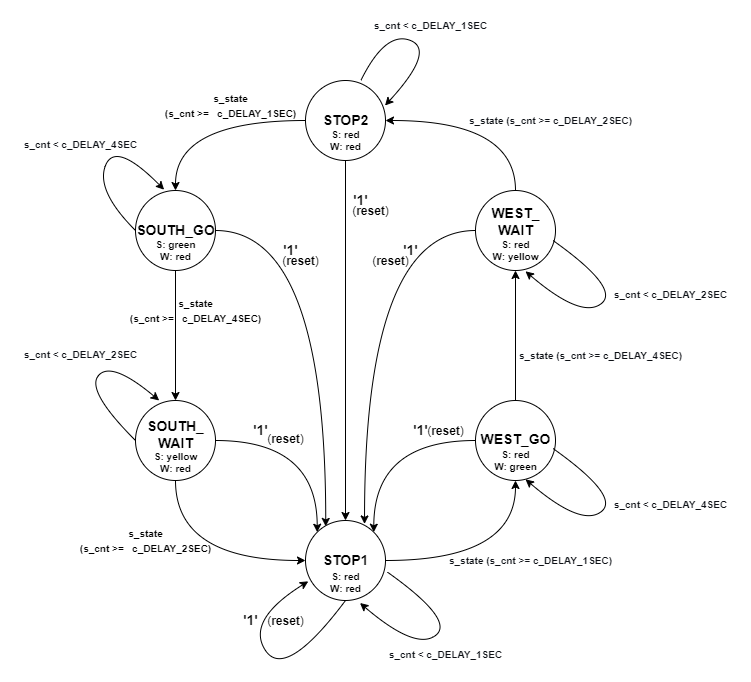
This is labs/08-traffic_lights/images/diagram.png from Marxs31/digital-electronics-1, a draw.io export, as it was before one commit. Source tidied: cells renumbered, new cells last; positions are measured from the earlier drawing's top-left corner, leaving out a move shared by most shapes.
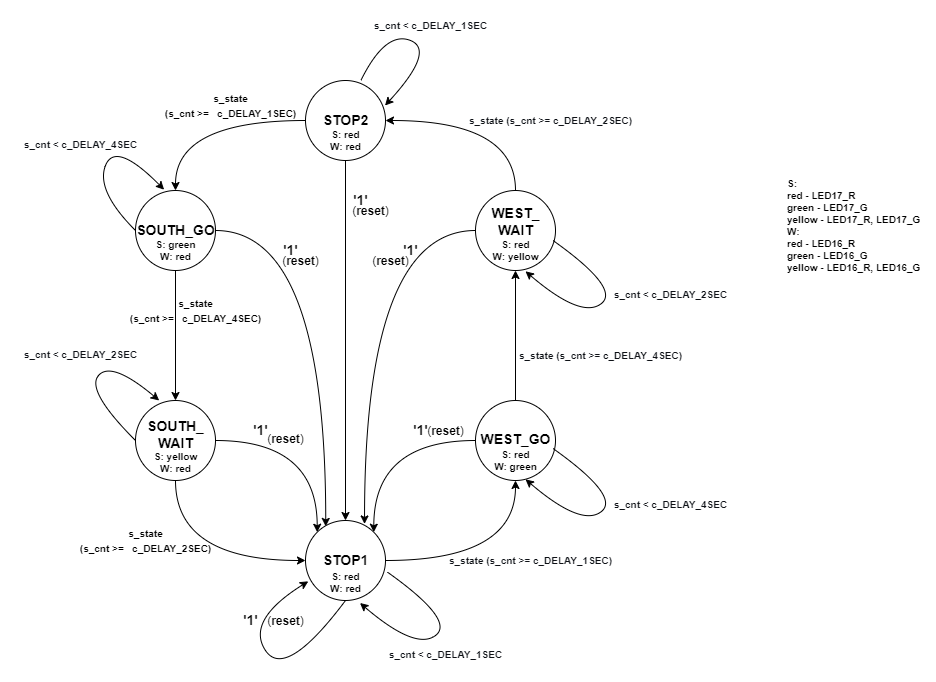
Later version of the same file.

What changed in the source:
```diff
@@ -222,5 +222,8 @@
     <mxCell id="61" value="&lt;b&gt;S: yellow&lt;br&gt;W: red&lt;/b&gt;" style="text;html=1;align=center;verticalAlign=middle;strokeColor=none;fillColor=none;fontSize=10;fontFamily=Helvetica;" parent="1" vertex="1">
       <mxGeometry x="145" y="447" width="60" height="30" as="geometry" />
     </mxCell>
+    <mxCell id="62" value="&lt;b&gt;S:&lt;br&gt;&lt;div&gt;&lt;b&gt;red - LED17_R&lt;/b&gt;&lt;/div&gt;green&amp;nbsp;&lt;/b&gt;&lt;b&gt;- LED17_G&lt;/b&gt;&lt;b&gt;&lt;br&gt;yellow&amp;nbsp;&lt;/b&gt;&lt;b&gt;- LED17_R,&amp;nbsp;&lt;/b&gt;&lt;b&gt;LED17_G&lt;/b&gt;&lt;b&gt;&lt;br&gt;W: &lt;br&gt;red&amp;nbsp;&lt;/b&gt;&lt;b&gt;- LED16_R&lt;/b&gt;&lt;b&gt;&lt;br&gt;green&amp;nbsp;&lt;/b&gt;&lt;b&gt;- LED16_G&lt;/b&gt;&lt;b&gt;&lt;br&gt;yellow&amp;nbsp;&lt;/b&gt;&lt;b&gt;- LED16_R,&amp;nbsp;&lt;/b&gt;&lt;b&gt;LED16_G&lt;/b&gt;&lt;b&gt;&lt;br&gt;&lt;/b&gt;" style="text;html=1;align=left;verticalAlign=middle;strokeColor=none;fillColor=none;fontSize=10;fontFamily=Helvetica;" parent="1" vertex="1">
+      <mxGeometry x="785" y="175" width="150" height="100" as="geometry" />
+    </mxCell>
   </root>
 </mxGraphModel>
```
